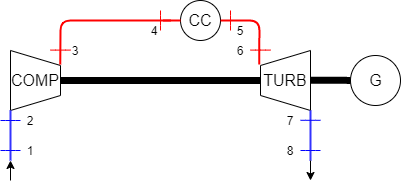
The draw.io diagram Chapitre_5/Images/GT.png in Boreas3/TFE, before a commit. Source tidied: cells renumbered, new cells last; positions are measured from the earlier drawing's top-left corner, leaving out a move shared by most shapes.
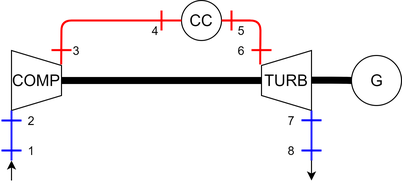
The same file after the commit.

The edit, as a diff of the source:
```diff
@@ -65,7 +65,7 @@
         <mxPoint x="310" y="180" as="targetPoint" />
       </mxGeometry>
     </mxCell>
-    <mxCell id="16" style="endArrow=none;html=1;strokeColor=#0000FF;" parent="1" edge="1">
+    <mxCell id="16" style="endArrow=none;html=1;strokeColor=#0000FF;strokeWidth=2;" parent="1" edge="1">
       <mxGeometry relative="1" as="geometry">
         <mxPoint y="150" as="sourcePoint" />
         <mxPoint x="20" y="150" as="targetPoint" />
@@ -74,7 +74,7 @@
         </Array>
       </mxGeometry>
     </mxCell>
-    <mxCell id="17" style="endArrow=none;html=1;strokeColor=#FF0000;" parent="1" edge="1">
+    <mxCell id="17" style="endArrow=none;html=1;strokeColor=#FF0000;strokeWidth=2;" parent="1" edge="1">
       <mxGeometry relative="1" as="geometry">
         <mxPoint x="50" y="49.6" as="sourcePoint" />
         <mxPoint x="70" y="49.6" as="targetPoint" />
@@ -83,7 +83,7 @@
         </Array>
       </mxGeometry>
     </mxCell>
-    <mxCell id="18" style="endArrow=none;html=1;strokeColor=#FF0000;" parent="1" edge="1">
+    <mxCell id="18" style="endArrow=none;html=1;strokeColor=#FF0000;strokeWidth=2;" parent="1" edge="1">
       <mxGeometry relative="1" as="geometry">
         <mxPoint x="250" y="49.6" as="sourcePoint" />
         <mxPoint x="270" y="49.6" as="targetPoint" />
@@ -109,7 +109,7 @@
         </Array>
       </mxGeometry>
     </mxCell>
-    <mxCell id="21" style="endArrow=none;html=1;strokeColor=#0000FF;" parent="1" edge="1">
+    <mxCell id="21" style="endArrow=none;html=1;strokeColor=#0000FF;strokeWidth=2;" parent="1" edge="1">
       <mxGeometry relative="1" as="geometry">
         <mxPoint x="300" y="119.8" as="sourcePoint" />
         <mxPoint x="320" y="119.8" as="targetPoint" />
@@ -124,7 +124,7 @@
     <mxCell id="23" value="3" style="text;html=1;strokeColor=none;fillColor=none;align=center;verticalAlign=middle;whiteSpace=wrap;rounded=0;" parent="1" vertex="1">
       <mxGeometry x="55" y="40" width="40" height="20" as="geometry" />
     </mxCell>
-    <mxCell id="24" style="endArrow=none;html=1;strokeColor=#0000FF;" parent="1" edge="1">
+    <mxCell id="24" style="endArrow=none;html=1;strokeColor=#0000FF;strokeWidth=2;" parent="1" edge="1">
       <mxGeometry relative="1" as="geometry">
         <mxPoint y="120" as="sourcePoint" />
         <mxPoint x="20" y="120" as="targetPoint" />
@@ -136,7 +136,7 @@
     <mxCell id="25" value="2" style="text;html=1;strokeColor=none;fillColor=none;align=center;verticalAlign=middle;whiteSpace=wrap;rounded=0;" parent="1" vertex="1">
       <mxGeometry x="10" y="110" width="40" height="20" as="geometry" />
     </mxCell>
-    <mxCell id="26" style="endArrow=none;html=1;strokeColor=#FF0000;" parent="1" edge="1">
+    <mxCell id="26" style="endArrow=none;html=1;strokeColor=#FF0000;strokeWidth=2;" parent="1" edge="1">
       <mxGeometry relative="1" as="geometry">
         <mxPoint x="160" y="30" as="sourcePoint" />
         <mxPoint x="160" y="10" as="targetPoint" />
@@ -148,7 +148,7 @@
     <mxCell id="27" value="4" style="text;html=1;strokeColor=none;fillColor=none;align=center;verticalAlign=middle;whiteSpace=wrap;rounded=0;" parent="1" vertex="1">
       <mxGeometry x="134" y="20" width="40" height="20" as="geometry" />
     </mxCell>
-    <mxCell id="28" style="endArrow=none;html=1;strokeColor=#FF0000;" parent="1" edge="1">
+    <mxCell id="28" style="endArrow=none;html=1;strokeColor=#FF0000;strokeWidth=2;" parent="1" edge="1">
       <mxGeometry relative="1" as="geometry">
         <mxPoint x="230" y="30" as="sourcePoint" />
         <mxPoint x="230" y="10" as="targetPoint" />
@@ -166,7 +166,7 @@
     <mxCell id="31" value="7" style="text;html=1;strokeColor=none;fillColor=none;align=center;verticalAlign=middle;whiteSpace=wrap;rounded=0;" parent="1" vertex="1">
       <mxGeometry x="270" y="110" width="40" height="20" as="geometry" />
     </mxCell>
-    <mxCell id="32" style="endArrow=none;html=1;strokeColor=#0000FF;" parent="1" edge="1">
+    <mxCell id="32" style="endArrow=none;html=1;strokeColor=#0000FF;strokeWidth=2;" parent="1" edge="1">
       <mxGeometry relative="1" as="geometry">
         <mxPoint x="300" y="150" as="sourcePoint" />
         <mxPoint x="320" y="150" as="targetPoint" />
```
